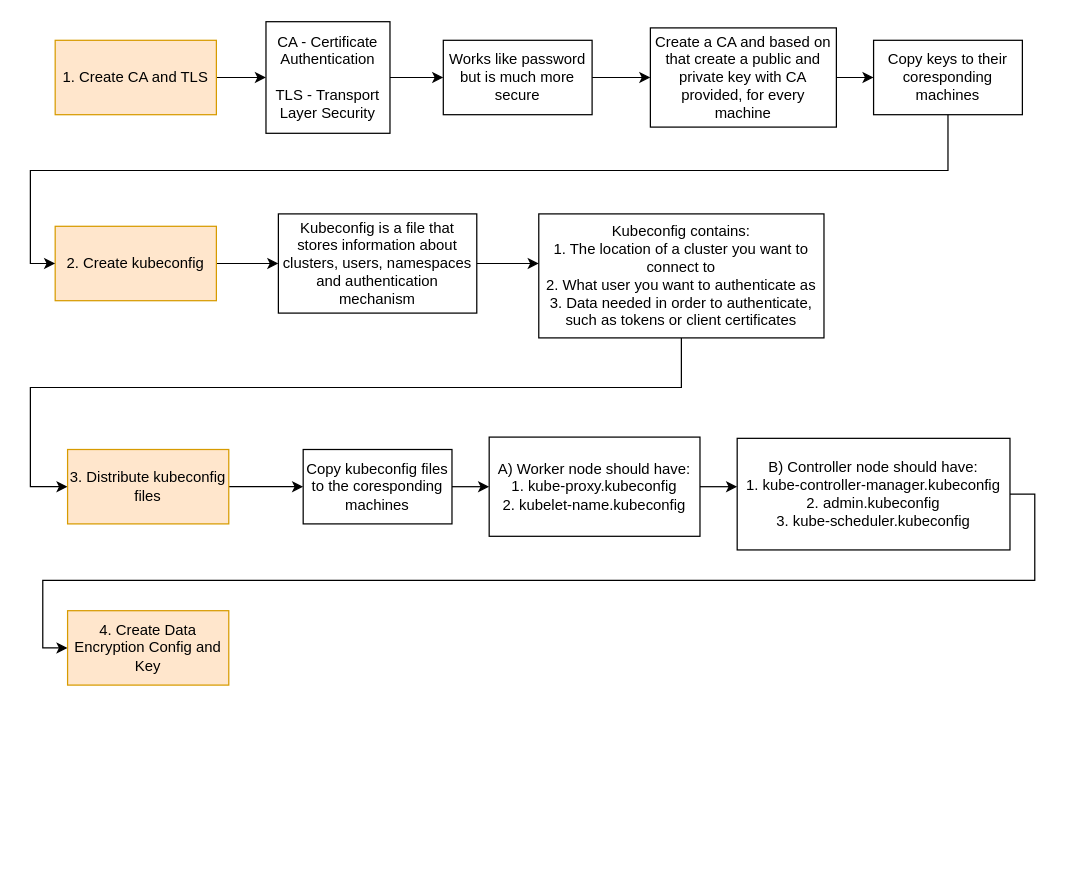
This is KTHW.drawio from JanKaczmarski/diagrams, a draw.io file, before an edit. Source tidied: cells renumbered, new cells numbered last; positions are measured from the earlier drawing's top-left corner, leaving out a move shared by most shapes. Both pictures are drawn from the tidied source at 124%, with x=0, y=0 at pixel (30, 21).
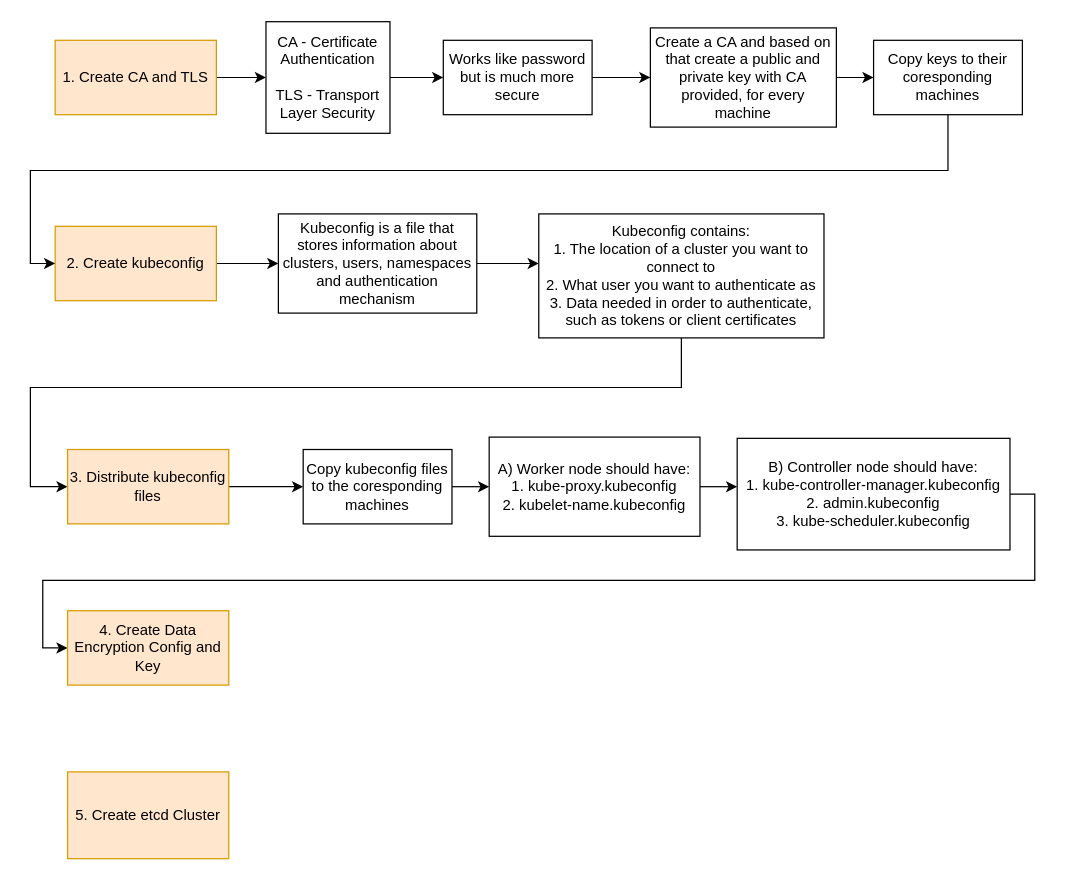
Above is the later version.

The edit, as a diff of the source:
```diff
@@
+    <mxCell id="27" value="5. Create etcd Cluster" style="rounded=0;whiteSpace=wrap;html=1;fillColor=#ffe6cc;strokeColor=#d79b00;" parent="1" vertex="1">
+      <mxGeometry x="30" y="605" width="130" height="70" as="geometry" />
+    </mxCell>
```
